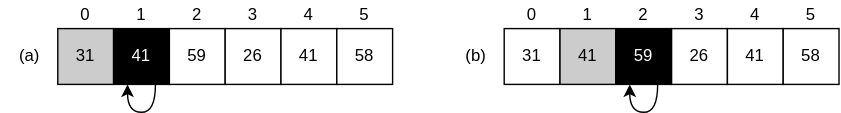
This is chapter-02/exercise-ch02-sec01-1.svg from HenrikSamuelsson/solutions-introduction-to-algorithms-4e, a draw.io export, as it was before one commit. Source tidied: cells renumbered, new cells last; positions are measured from the earlier drawing's top-left corner, leaving out a move shared by most shapes.
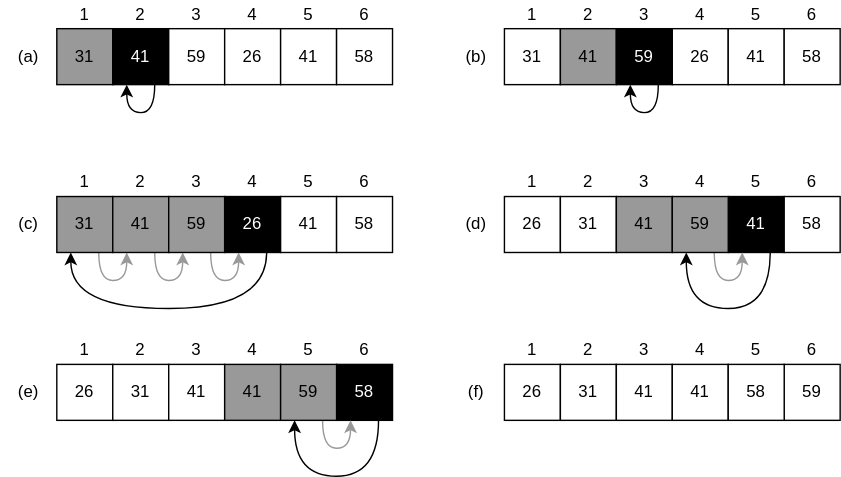
Later version of the same file.

Commit message:
Add full version of the picture for exercise 2.1-1

What changed in the source:
```diff
@@ -1,2 +1,2 @@
-<mxGraphModel>
+<mxGraphModel math="1">
   <root>
@@ -4,3 +4,3 @@
     <mxCell id="1" parent="0" />
-    <mxCell id="2" value="31" style="rounded=0;whiteSpace=wrap;html=1;fontFamily=Helvetica;fillColor=#CCCCCC;" parent="1" vertex="1">
+    <mxCell id="2" value="31" style="rounded=0;whiteSpace=wrap;html=1;fontFamily=Helvetica;fillColor=#999999;" parent="1" vertex="1">
       <mxGeometry x="40" y="20" width="40" height="40" as="geometry" />
@@ -22,18 +22,18 @@
     </mxCell>
-    <mxCell id="8" value="0" style="text;html=1;strokeColor=none;fillColor=none;align=center;verticalAlign=middle;whiteSpace=wrap;rounded=0;fontFamily=Helvetica;" parent="1" vertex="1">
+    <mxCell id="8" value="1" style="text;html=1;strokeColor=none;fillColor=none;align=center;verticalAlign=middle;whiteSpace=wrap;rounded=0;fontFamily=Helvetica;" parent="1" vertex="1">
       <mxGeometry x="40" width="40" height="20" as="geometry" />
     </mxCell>
-    <mxCell id="9" value="1" style="text;html=1;strokeColor=none;fillColor=none;align=center;verticalAlign=middle;whiteSpace=wrap;rounded=0;fontFamily=Helvetica;" parent="1" vertex="1">
+    <mxCell id="9" value="2" style="text;html=1;strokeColor=none;fillColor=none;align=center;verticalAlign=middle;whiteSpace=wrap;rounded=0;fontFamily=Helvetica;" parent="1" vertex="1">
       <mxGeometry x="80" width="40" height="20" as="geometry" />
     </mxCell>
-    <mxCell id="10" value="2" style="text;html=1;strokeColor=none;fillColor=none;align=center;verticalAlign=middle;whiteSpace=wrap;rounded=0;fontFamily=Helvetica;" parent="1" vertex="1">
+    <mxCell id="10" value="3" style="text;html=1;strokeColor=none;fillColor=none;align=center;verticalAlign=middle;whiteSpace=wrap;rounded=0;fontFamily=Helvetica;" parent="1" vertex="1">
       <mxGeometry x="120" width="40" height="20" as="geometry" />
     </mxCell>
-    <mxCell id="11" value="3" style="text;html=1;strokeColor=none;fillColor=none;align=center;verticalAlign=middle;whiteSpace=wrap;rounded=0;fontFamily=Helvetica;" parent="1" vertex="1">
+    <mxCell id="11" value="4" style="text;html=1;strokeColor=none;fillColor=none;align=center;verticalAlign=middle;whiteSpace=wrap;rounded=0;fontFamily=Helvetica;" parent="1" vertex="1">
       <mxGeometry x="160" width="40" height="20" as="geometry" />
     </mxCell>
-    <mxCell id="12" value="4" style="text;html=1;strokeColor=none;fillColor=none;align=center;verticalAlign=middle;whiteSpace=wrap;rounded=0;fontFamily=Helvetica;" parent="1" vertex="1">
+    <mxCell id="12" value="5" style="text;html=1;strokeColor=none;fillColor=none;align=center;verticalAlign=middle;whiteSpace=wrap;rounded=0;fontFamily=Helvetica;" parent="1" vertex="1">
       <mxGeometry x="200" width="40" height="20" as="geometry" />
     </mxCell>
-    <mxCell id="13" value="5" style="text;html=1;strokeColor=none;fillColor=none;align=center;verticalAlign=middle;whiteSpace=wrap;rounded=0;fontFamily=Helvetica;" parent="1" vertex="1">
+    <mxCell id="13" value="6" style="text;html=1;strokeColor=none;fillColor=none;align=center;verticalAlign=middle;whiteSpace=wrap;rounded=0;fontFamily=Helvetica;" parent="1" vertex="1">
       <mxGeometry x="240" width="40" height="20" as="geometry" />
@@ -54,3 +54,3 @@
     </mxCell>
-    <mxCell id="17" value="41" style="rounded=0;whiteSpace=wrap;html=1;fontFamily=Helvetica;labelBorderColor=none;fillColor=#CCCCCC;" parent="1" vertex="1">
+    <mxCell id="17" value="41" style="rounded=0;whiteSpace=wrap;html=1;fontFamily=Helvetica;labelBorderColor=none;fillColor=#999999;" parent="1" vertex="1">
       <mxGeometry x="400" y="20" width="40" height="40" as="geometry" />
@@ -69,20 +69,2 @@
     </mxCell>
-    <mxCell id="22" value="0" style="text;html=1;strokeColor=none;fillColor=none;align=center;verticalAlign=middle;whiteSpace=wrap;rounded=0;fontFamily=Helvetica;" parent="1" vertex="1">
-      <mxGeometry x="360" width="40" height="20" as="geometry" />
-    </mxCell>
-    <mxCell id="23" value="1" style="text;html=1;strokeColor=none;fillColor=none;align=center;verticalAlign=middle;whiteSpace=wrap;rounded=0;fontFamily=Helvetica;" parent="1" vertex="1">
-      <mxGeometry x="400" width="40" height="20" as="geometry" />
-    </mxCell>
-    <mxCell id="24" value="2" style="text;html=1;strokeColor=none;fillColor=none;align=center;verticalAlign=middle;whiteSpace=wrap;rounded=0;fontFamily=Helvetica;" parent="1" vertex="1">
-      <mxGeometry x="440" width="40" height="20" as="geometry" />
-    </mxCell>
-    <mxCell id="25" value="3" style="text;html=1;strokeColor=none;fillColor=none;align=center;verticalAlign=middle;whiteSpace=wrap;rounded=0;fontFamily=Helvetica;" parent="1" vertex="1">
-      <mxGeometry x="480" width="40" height="20" as="geometry" />
-    </mxCell>
-    <mxCell id="26" value="4" style="text;html=1;strokeColor=none;fillColor=none;align=center;verticalAlign=middle;whiteSpace=wrap;rounded=0;fontFamily=Helvetica;" parent="1" vertex="1">
-      <mxGeometry x="520" width="40" height="20" as="geometry" />
-    </mxCell>
-    <mxCell id="27" value="5" style="text;html=1;strokeColor=none;fillColor=none;align=center;verticalAlign=middle;whiteSpace=wrap;rounded=0;fontFamily=Helvetica;" parent="1" vertex="1">
-      <mxGeometry x="560" width="40" height="20" as="geometry" />
-    </mxCell>
     <mxCell id="28" value="(b)" style="text;html=1;strokeColor=none;fillColor=none;align=center;verticalAlign=middle;whiteSpace=wrap;rounded=0;fontFamily=Helvetica;" parent="1" vertex="1">
@@ -99,2 +81,255 @@
     </mxCell>
+    <mxCell id="30" style="edgeStyle=orthogonalEdgeStyle;curved=1;rounded=0;jettySize=auto;html=1;exitX=0.75;exitY=1;exitDx=0;exitDy=0;entryX=0.25;entryY=1;entryDx=0;entryDy=0;fontColor=#000000;strokeColor=#999999;" parent="1" edge="1" source="31" target="33">
+      <mxGeometry relative="1" as="geometry">
+        <Array as="points">
+          <mxPoint x="70" y="200" />
+          <mxPoint x="90" y="200" />
+        </Array>
+      </mxGeometry>
+    </mxCell>
+    <mxCell id="31" value="31" style="rounded=0;whiteSpace=wrap;html=1;fontFamily=Helvetica;fillColor=#999999;" parent="1" vertex="1">
+      <mxGeometry x="40" y="140" width="40" height="40" as="geometry" />
+    </mxCell>
+    <mxCell id="32" style="edgeStyle=orthogonalEdgeStyle;curved=1;rounded=0;jettySize=auto;html=1;exitX=0.75;exitY=1;exitDx=0;exitDy=0;entryX=0.25;entryY=1;entryDx=0;entryDy=0;fontColor=#000000;strokeColor=#999999;" parent="1" edge="1" source="33" target="35">
+      <mxGeometry relative="1" as="geometry">
+        <Array as="points">
+          <mxPoint x="110" y="200" />
+          <mxPoint x="130" y="200" />
+        </Array>
+      </mxGeometry>
+    </mxCell>
+    <mxCell id="33" value="41" style="rounded=0;whiteSpace=wrap;html=1;fontFamily=Helvetica;labelBorderColor=none;fillColor=#999999;" parent="1" vertex="1">
+      <mxGeometry x="80" y="140" width="40" height="40" as="geometry" />
+    </mxCell>
+    <mxCell id="34" style="edgeStyle=orthogonalEdgeStyle;curved=1;rounded=0;jettySize=auto;html=1;exitX=0.75;exitY=1;exitDx=0;exitDy=0;entryX=0.25;entryY=1;entryDx=0;entryDy=0;fontColor=#000000;strokeColor=#999999;" parent="1" edge="1" source="35" target="36">
+      <mxGeometry relative="1" as="geometry">
+        <Array as="points">
+          <mxPoint x="150" y="200" />
+          <mxPoint x="170" y="200" />
+        </Array>
+      </mxGeometry>
+    </mxCell>
+    <mxCell id="35" value="59" style="rounded=0;whiteSpace=wrap;html=1;fontFamily=Helvetica;fillColor=#999999;" parent="1" vertex="1">
+      <mxGeometry x="120" y="140" width="40" height="40" as="geometry" />
+    </mxCell>
+    <mxCell id="36" value="26" style="rounded=0;whiteSpace=wrap;html=1;fontFamily=Helvetica;fillColor=#000000;fontColor=#FFFFFF;" parent="1" vertex="1">
+      <mxGeometry x="160" y="140" width="40" height="40" as="geometry" />
+    </mxCell>
+    <mxCell id="37" value="41" style="rounded=0;whiteSpace=wrap;html=1;fontFamily=Helvetica;" parent="1" vertex="1">
+      <mxGeometry x="200" y="140" width="40" height="40" as="geometry" />
+    </mxCell>
+    <mxCell id="38" value="58" style="rounded=0;whiteSpace=wrap;html=1;fontFamily=Helvetica;" parent="1" vertex="1">
+      <mxGeometry x="240" y="140" width="40" height="40" as="geometry" />
+    </mxCell>
+    <mxCell id="39" value="(c)" style="text;html=1;strokeColor=none;fillColor=none;align=center;verticalAlign=middle;whiteSpace=wrap;rounded=0;fontFamily=Helvetica;" parent="1" vertex="1">
+      <mxGeometry y="150" width="40" height="20" as="geometry" />
+    </mxCell>
+    <mxCell id="40" style="edgeStyle=orthogonalEdgeStyle;rounded=0;jettySize=auto;html=1;exitX=0.75;exitY=1;exitDx=0;exitDy=0;fontFamily=Helvetica;fontColor=#FFFFFF;entryX=0.25;entryY=1;entryDx=0;entryDy=0;elbow=vertical;curved=1;" parent="1" edge="1" source="36" target="31">
+      <mxGeometry relative="1" as="geometry">
+        <Array as="points">
+          <mxPoint x="190" y="220" />
+          <mxPoint x="50" y="220" />
+        </Array>
+      </mxGeometry>
+    </mxCell>
+    <mxCell id="41" style="group;" parent="1" vertex="1">
+      <mxGeometry x="360" width="240" height="20" as="geometry" />
+    </mxCell>
+    <mxCell id="42" value="1" style="text;html=1;strokeColor=none;fillColor=none;align=center;verticalAlign=middle;whiteSpace=wrap;rounded=0;fontFamily=Helvetica;" parent="41" vertex="1">
+      <mxGeometry width="40" height="20" as="geometry" />
+    </mxCell>
+    <mxCell id="43" value="2" style="text;html=1;strokeColor=none;fillColor=none;align=center;verticalAlign=middle;whiteSpace=wrap;rounded=0;fontFamily=Helvetica;" parent="41" vertex="1">
+      <mxGeometry x="40" width="40" height="20" as="geometry" />
+    </mxCell>
+    <mxCell id="44" value="3" style="text;html=1;strokeColor=none;fillColor=none;align=center;verticalAlign=middle;whiteSpace=wrap;rounded=0;fontFamily=Helvetica;" parent="41" vertex="1">
+      <mxGeometry x="80" width="40" height="20" as="geometry" />
+    </mxCell>
+    <mxCell id="45" value="4" style="text;html=1;strokeColor=none;fillColor=none;align=center;verticalAlign=middle;whiteSpace=wrap;rounded=0;fontFamily=Helvetica;" parent="41" vertex="1">
+      <mxGeometry x="120" width="40" height="20" as="geometry" />
+    </mxCell>
+    <mxCell id="46" value="5" style="text;html=1;strokeColor=none;fillColor=none;align=center;verticalAlign=middle;whiteSpace=wrap;rounded=0;fontFamily=Helvetica;" parent="41" vertex="1">
+      <mxGeometry x="160" width="40" height="20" as="geometry" />
+    </mxCell>
+    <mxCell id="47" value="6" style="text;html=1;strokeColor=none;fillColor=none;align=center;verticalAlign=middle;whiteSpace=wrap;rounded=0;fontFamily=Helvetica;" parent="41" vertex="1">
+      <mxGeometry x="200" width="40" height="20" as="geometry" />
+    </mxCell>
+    <mxCell id="48" style="group;" parent="1" vertex="1">
+      <mxGeometry x="40" y="120" width="240" height="20" as="geometry" />
+    </mxCell>
+    <mxCell id="49" value="1" style="text;html=1;strokeColor=none;fillColor=none;align=center;verticalAlign=middle;whiteSpace=wrap;rounded=0;fontFamily=Helvetica;" parent="48" vertex="1">
+      <mxGeometry width="40" height="20" as="geometry" />
+    </mxCell>
+    <mxCell id="50" value="2" style="text;html=1;strokeColor=none;fillColor=none;align=center;verticalAlign=middle;whiteSpace=wrap;rounded=0;fontFamily=Helvetica;" parent="48" vertex="1">
+      <mxGeometry x="40" width="40" height="20" as="geometry" />
+    </mxCell>
+    <mxCell id="51" value="3" style="text;html=1;strokeColor=none;fillColor=none;align=center;verticalAlign=middle;whiteSpace=wrap;rounded=0;fontFamily=Helvetica;" parent="48" vertex="1">
+      <mxGeometry x="80" width="40" height="20" as="geometry" />
+    </mxCell>
+    <mxCell id="52" value="4" style="text;html=1;strokeColor=none;fillColor=none;align=center;verticalAlign=middle;whiteSpace=wrap;rounded=0;fontFamily=Helvetica;" parent="48" vertex="1">
+      <mxGeometry x="120" width="40" height="20" as="geometry" />
+    </mxCell>
+    <mxCell id="53" value="5" style="text;html=1;strokeColor=none;fillColor=none;align=center;verticalAlign=middle;whiteSpace=wrap;rounded=0;fontFamily=Helvetica;" parent="48" vertex="1">
+      <mxGeometry x="160" width="40" height="20" as="geometry" />
+    </mxCell>
+    <mxCell id="54" value="6" style="text;html=1;strokeColor=none;fillColor=none;align=center;verticalAlign=middle;whiteSpace=wrap;rounded=0;fontFamily=Helvetica;" parent="48" vertex="1">
+      <mxGeometry x="200" width="40" height="20" as="geometry" />
+    </mxCell>
+    <mxCell id="55" value="26" style="rounded=0;whiteSpace=wrap;html=1;fontFamily=Helvetica;fillColor=#FFFFFF;" parent="1" vertex="1">
+      <mxGeometry x="360" y="140" width="40" height="40" as="geometry" />
+    </mxCell>
+    <mxCell id="56" value="31" style="rounded=0;whiteSpace=wrap;html=1;fontFamily=Helvetica;labelBorderColor=none;fillColor=#FFFFFF;" parent="1" vertex="1">
+      <mxGeometry x="400" y="140" width="40" height="40" as="geometry" />
+    </mxCell>
+    <mxCell id="57" value="41" style="rounded=0;whiteSpace=wrap;html=1;fontFamily=Helvetica;fillColor=#999999;" parent="1" vertex="1">
+      <mxGeometry x="440" y="140" width="40" height="40" as="geometry" />
+    </mxCell>
+    <mxCell id="58" style="edgeStyle=orthogonalEdgeStyle;curved=1;rounded=0;jettySize=auto;html=1;exitX=0.75;exitY=1;exitDx=0;exitDy=0;entryX=0.25;entryY=1;entryDx=0;entryDy=0;fontColor=#FFFFFF;" parent="1" edge="1" source="59" target="61">
+      <mxGeometry relative="1" as="geometry">
+        <Array as="points">
+          <mxPoint x="550" y="220" />
+          <mxPoint x="490" y="220" />
+        </Array>
+      </mxGeometry>
+    </mxCell>
+    <mxCell id="59" value="41" style="rounded=0;whiteSpace=wrap;html=1;fontFamily=Helvetica;fillColor=#000000;fontColor=#FFFFFF;" parent="1" vertex="1">
+      <mxGeometry x="520" y="140" width="40" height="40" as="geometry" />
+    </mxCell>
+    <mxCell id="60" style="edgeStyle=orthogonalEdgeStyle;curved=1;rounded=0;jettySize=auto;html=1;exitX=0.75;exitY=1;exitDx=0;exitDy=0;entryX=0.25;entryY=1;entryDx=0;entryDy=0;fontColor=#FFFFFF;strokeColor=#999999;" parent="1" edge="1" source="61" target="59">
+      <mxGeometry relative="1" as="geometry">
+        <Array as="points">
+          <mxPoint x="510" y="200" />
+          <mxPoint x="530" y="200" />
+        </Array>
+      </mxGeometry>
+    </mxCell>
+    <mxCell id="61" value="59" style="rounded=0;whiteSpace=wrap;html=1;fontFamily=Helvetica;fillColor=#999999;" parent="1" vertex="1">
+      <mxGeometry x="480" y="140" width="40" height="40" as="geometry" />
+    </mxCell>
+    <mxCell id="62" value="58" style="rounded=0;whiteSpace=wrap;html=1;fontFamily=Helvetica;" parent="1" vertex="1">
+      <mxGeometry x="560" y="140" width="40" height="40" as="geometry" />
+    </mxCell>
+    <mxCell id="63" value="(d)" style="text;html=1;strokeColor=none;fillColor=none;align=center;verticalAlign=middle;whiteSpace=wrap;rounded=0;fontFamily=Helvetica;" parent="1" vertex="1">
+      <mxGeometry x="320" y="150" width="40" height="20" as="geometry" />
+    </mxCell>
+    <mxCell id="64" style="group;" parent="1" vertex="1">
+      <mxGeometry x="360" y="120" width="240" height="20" as="geometry" />
+    </mxCell>
+    <mxCell id="65" value="1" style="text;html=1;strokeColor=none;fillColor=none;align=center;verticalAlign=middle;whiteSpace=wrap;rounded=0;fontFamily=Helvetica;" parent="64" vertex="1">
+      <mxGeometry width="40" height="20" as="geometry" />
+    </mxCell>
+    <mxCell id="66" value="2" style="text;html=1;strokeColor=none;fillColor=none;align=center;verticalAlign=middle;whiteSpace=wrap;rounded=0;fontFamily=Helvetica;" parent="64" vertex="1">
+      <mxGeometry x="40" width="40" height="20" as="geometry" />
+    </mxCell>
+    <mxCell id="67" value="3" style="text;html=1;strokeColor=none;fillColor=none;align=center;verticalAlign=middle;whiteSpace=wrap;rounded=0;fontFamily=Helvetica;" parent="64" vertex="1">
+      <mxGeometry x="80" width="40" height="20" as="geometry" />
+    </mxCell>
+    <mxCell id="68" value="4" style="text;html=1;strokeColor=none;fillColor=none;align=center;verticalAlign=middle;whiteSpace=wrap;rounded=0;fontFamily=Helvetica;" parent="64" vertex="1">
+      <mxGeometry x="120" width="40" height="20" as="geometry" />
+    </mxCell>
+    <mxCell id="69" value="5" style="text;html=1;strokeColor=none;fillColor=none;align=center;verticalAlign=middle;whiteSpace=wrap;rounded=0;fontFamily=Helvetica;" parent="64" vertex="1">
+      <mxGeometry x="160" width="40" height="20" as="geometry" />
+    </mxCell>
+    <mxCell id="70" value="6" style="text;html=1;strokeColor=none;fillColor=none;align=center;verticalAlign=middle;whiteSpace=wrap;rounded=0;fontFamily=Helvetica;" parent="64" vertex="1">
+      <mxGeometry x="200" width="40" height="20" as="geometry" />
+    </mxCell>
+    <mxCell id="71" value="26" style="rounded=0;whiteSpace=wrap;html=1;fontFamily=Helvetica;fillColor=#FFFFFF;" parent="1" vertex="1">
+      <mxGeometry x="40" y="260" width="40" height="40" as="geometry" />
+    </mxCell>
+    <mxCell id="72" value="31" style="rounded=0;whiteSpace=wrap;html=1;fontFamily=Helvetica;labelBorderColor=none;fillColor=#FFFFFF;" parent="1" vertex="1">
+      <mxGeometry x="80" y="260" width="40" height="40" as="geometry" />
+    </mxCell>
+    <mxCell id="73" value="41" style="rounded=0;whiteSpace=wrap;html=1;fontFamily=Helvetica;fillColor=#FFFFFF;" parent="1" vertex="1">
+      <mxGeometry x="120" y="260" width="40" height="40" as="geometry" />
+    </mxCell>
+    <mxCell id="74" style="edgeStyle=orthogonalEdgeStyle;curved=1;rounded=0;jettySize=auto;html=1;exitX=0.75;exitY=1;exitDx=0;exitDy=0;entryX=0.25;entryY=1;entryDx=0;entryDy=0;fontColor=#FFFFFF;" parent="1" edge="1" source="75" target="78">
+      <mxGeometry relative="1" as="geometry">
+        <Array as="points">
+          <mxPoint x="270" y="340" />
+          <mxPoint x="210" y="340" />
+        </Array>
+      </mxGeometry>
+    </mxCell>
+    <mxCell id="75" value="58" style="rounded=0;whiteSpace=wrap;html=1;fontFamily=Helvetica;fillColor=#000000;fontColor=#FFFFFF;" parent="1" vertex="1">
+      <mxGeometry x="240" y="260" width="40" height="40" as="geometry" />
+    </mxCell>
+    <mxCell id="76" value="41" style="rounded=0;whiteSpace=wrap;html=1;fontFamily=Helvetica;fillColor=#999999;" parent="1" vertex="1">
+      <mxGeometry x="160" y="260" width="40" height="40" as="geometry" />
+    </mxCell>
+    <mxCell id="77" style="edgeStyle=orthogonalEdgeStyle;curved=1;rounded=0;jettySize=auto;html=1;exitX=0.75;exitY=1;exitDx=0;exitDy=0;entryX=0.25;entryY=1;entryDx=0;entryDy=0;fontColor=#FFFFFF;strokeColor=#999999;" parent="1" edge="1" source="78" target="75">
+      <mxGeometry relative="1" as="geometry">
+        <Array as="points">
+          <mxPoint x="230" y="320" />
+          <mxPoint x="250" y="320" />
+        </Array>
+      </mxGeometry>
+    </mxCell>
+    <mxCell id="78" value="59" style="rounded=0;whiteSpace=wrap;html=1;fontFamily=Helvetica;fillColor=#999999;" parent="1" vertex="1">
+      <mxGeometry x="200" y="260" width="40" height="40" as="geometry" />
+    </mxCell>
+    <mxCell id="79" value="(e)" style="text;html=1;strokeColor=none;fillColor=none;align=center;verticalAlign=middle;whiteSpace=wrap;rounded=0;fontFamily=Helvetica;" parent="1" vertex="1">
+      <mxGeometry y="270" width="40" height="20" as="geometry" />
+    </mxCell>
+    <mxCell id="80" style="group;" parent="1" vertex="1">
+      <mxGeometry x="40" y="240" width="240" height="20" as="geometry" />
+    </mxCell>
+    <mxCell id="81" value="1" style="text;html=1;strokeColor=none;fillColor=none;align=center;verticalAlign=middle;whiteSpace=wrap;rounded=0;fontFamily=Helvetica;" parent="80" vertex="1">
+      <mxGeometry width="40" height="20" as="geometry" />
+    </mxCell>
+    <mxCell id="82" value="2" style="text;html=1;strokeColor=none;fillColor=none;align=center;verticalAlign=middle;whiteSpace=wrap;rounded=0;fontFamily=Helvetica;" parent="80" vertex="1">
+      <mxGeometry x="40" width="40" height="20" as="geometry" />
+    </mxCell>
+    <mxCell id="83" value="3" style="text;html=1;strokeColor=none;fillColor=none;align=center;verticalAlign=middle;whiteSpace=wrap;rounded=0;fontFamily=Helvetica;" parent="80" vertex="1">
+      <mxGeometry x="80" width="40" height="20" as="geometry" />
+    </mxCell>
+    <mxCell id="84" value="4" style="text;html=1;strokeColor=none;fillColor=none;align=center;verticalAlign=middle;whiteSpace=wrap;rounded=0;fontFamily=Helvetica;" parent="80" vertex="1">
+      <mxGeometry x="120" width="40" height="20" as="geometry" />
+    </mxCell>
+    <mxCell id="85" value="5" style="text;html=1;strokeColor=none;fillColor=none;align=center;verticalAlign=middle;whiteSpace=wrap;rounded=0;fontFamily=Helvetica;" parent="80" vertex="1">
+      <mxGeometry x="160" width="40" height="20" as="geometry" />
+    </mxCell>
+    <mxCell id="86" value="6" style="text;html=1;strokeColor=none;fillColor=none;align=center;verticalAlign=middle;whiteSpace=wrap;rounded=0;fontFamily=Helvetica;" parent="80" vertex="1">
+      <mxGeometry x="200" width="40" height="20" as="geometry" />
+    </mxCell>
+    <mxCell id="87" value="26" style="rounded=0;whiteSpace=wrap;html=1;fontFamily=Helvetica;fillColor=#FFFFFF;" parent="1" vertex="1">
+      <mxGeometry x="360" y="260" width="40" height="40" as="geometry" />
+    </mxCell>
+    <mxCell id="88" value="31" style="rounded=0;whiteSpace=wrap;html=1;fontFamily=Helvetica;labelBorderColor=none;fillColor=#FFFFFF;" parent="1" vertex="1">
+      <mxGeometry x="400" y="260" width="40" height="40" as="geometry" />
+    </mxCell>
+    <mxCell id="89" value="41" style="rounded=0;whiteSpace=wrap;html=1;fontFamily=Helvetica;fillColor=#FFFFFF;" parent="1" vertex="1">
+      <mxGeometry x="440" y="260" width="40" height="40" as="geometry" />
+    </mxCell>
+    <mxCell id="90" value="59" style="rounded=0;whiteSpace=wrap;html=1;fontFamily=Helvetica;fillColor=#FFFFFF;" parent="1" vertex="1">
+      <mxGeometry x="560" y="260" width="40" height="40" as="geometry" />
+    </mxCell>
+    <mxCell id="91" value="41" style="rounded=0;whiteSpace=wrap;html=1;fontFamily=Helvetica;fillColor=#FFFFFF;" parent="1" vertex="1">
+      <mxGeometry x="480" y="260" width="40" height="40" as="geometry" />
+    </mxCell>
+    <mxCell id="92" value="58" style="rounded=0;whiteSpace=wrap;html=1;fontFamily=Helvetica;fillColor=#FFFFFF;" parent="1" vertex="1">
+      <mxGeometry x="520" y="260" width="40" height="40" as="geometry" />
+    </mxCell>
+    <mxCell id="93" value="(f)" style="text;html=1;strokeColor=none;fillColor=none;align=center;verticalAlign=middle;whiteSpace=wrap;rounded=0;fontFamily=Helvetica;" parent="1" vertex="1">
+      <mxGeometry x="320" y="270" width="40" height="20" as="geometry" />
+    </mxCell>
+    <mxCell id="94" style="group;" parent="1" vertex="1">
+      <mxGeometry x="360" y="240" width="240" height="20" as="geometry" />
+    </mxCell>
+    <mxCell id="95" value="1" style="text;html=1;strokeColor=none;fillColor=none;align=center;verticalAlign=middle;whiteSpace=wrap;rounded=0;fontFamily=Helvetica;" parent="94" vertex="1">
+      <mxGeometry width="40" height="20" as="geometry" />
+    </mxCell>
+    <mxCell id="96" value="2" style="text;html=1;strokeColor=none;fillColor=none;align=center;verticalAlign=middle;whiteSpace=wrap;rounded=0;fontFamily=Helvetica;" parent="94" vertex="1">
+      <mxGeometry x="40" width="40" height="20" as="geometry" />
+    </mxCell>
+    <mxCell id="97" value="3" style="text;html=1;strokeColor=none;fillColor=none;align=center;verticalAlign=middle;whiteSpace=wrap;rounded=0;fontFamily=Helvetica;" parent="94" vertex="1">
+      <mxGeometry x="80" width="40" height="20" as="geometry" />
+    </mxCell>
+    <mxCell id="98" value="4" style="text;html=1;strokeColor=none;fillColor=none;align=center;verticalAlign=middle;whiteSpace=wrap;rounded=0;fontFamily=Helvetica;" parent="94" vertex="1">
+      <mxGeometry x="120" width="40" height="20" as="geometry" />
+    </mxCell>
+    <mxCell id="99" value="5" style="text;html=1;strokeColor=none;fillColor=none;align=center;verticalAlign=middle;whiteSpace=wrap;rounded=0;fontFamily=Helvetica;" parent="94" vertex="1">
+      <mxGeometry x="160" width="40" height="20" as="geometry" />
+    </mxCell>
+    <mxCell id="100" value="6" style="text;html=1;strokeColor=none;fillColor=none;align=center;verticalAlign=middle;whiteSpace=wrap;rounded=0;fontFamily=Helvetica;" parent="94" vertex="1">
+      <mxGeometry x="200" width="40" height="20" as="geometry" />
+    </mxCell>
   </root>
```
